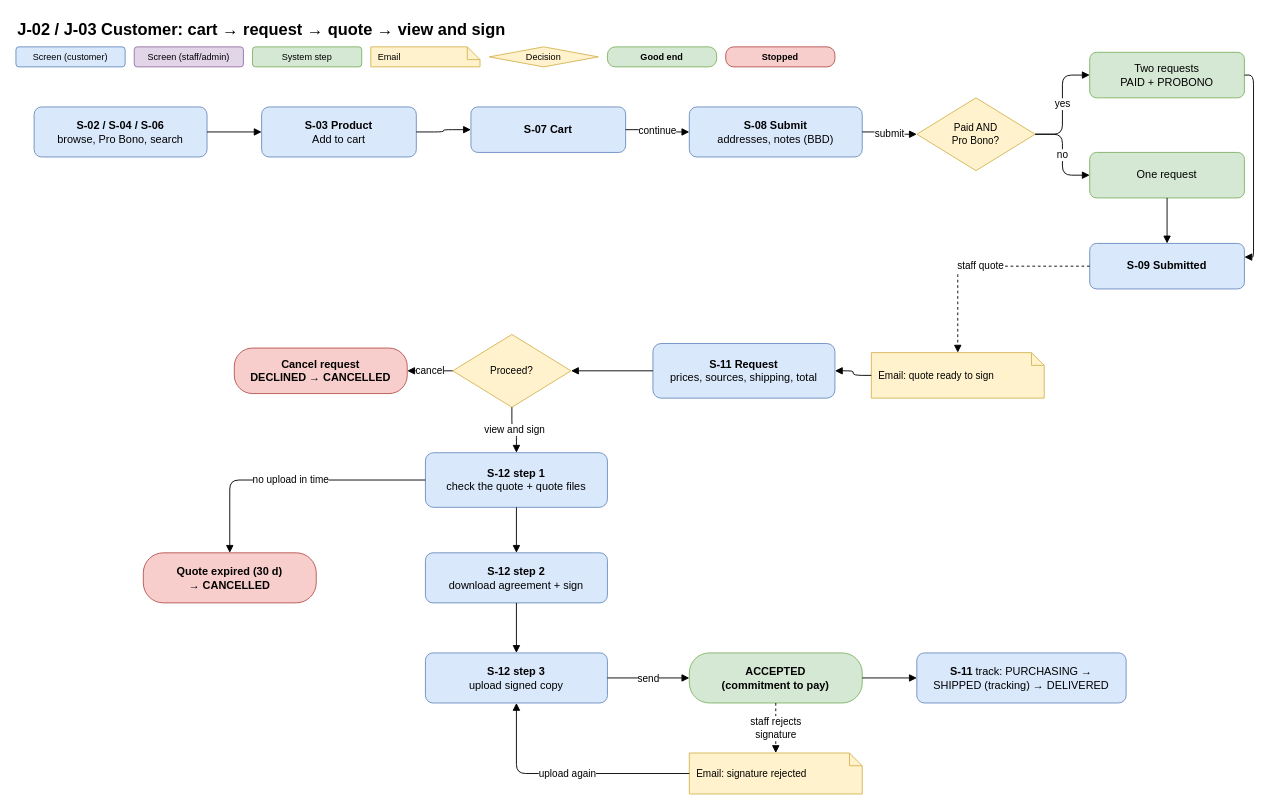
Before: docs/manual/diagrams/25-journey-quote-acceptance.drawio in tajay59/SIA_v2, a draw.io diagram. Source tidied: cells renumbered, new cells numbered last; positions are measured from the earlier drawing's top-left corner, leaving out a move shared by most shapes. Both pictures are drawn from the tidied source at 91%, with x=0, y=0 at pixel (15, 15).
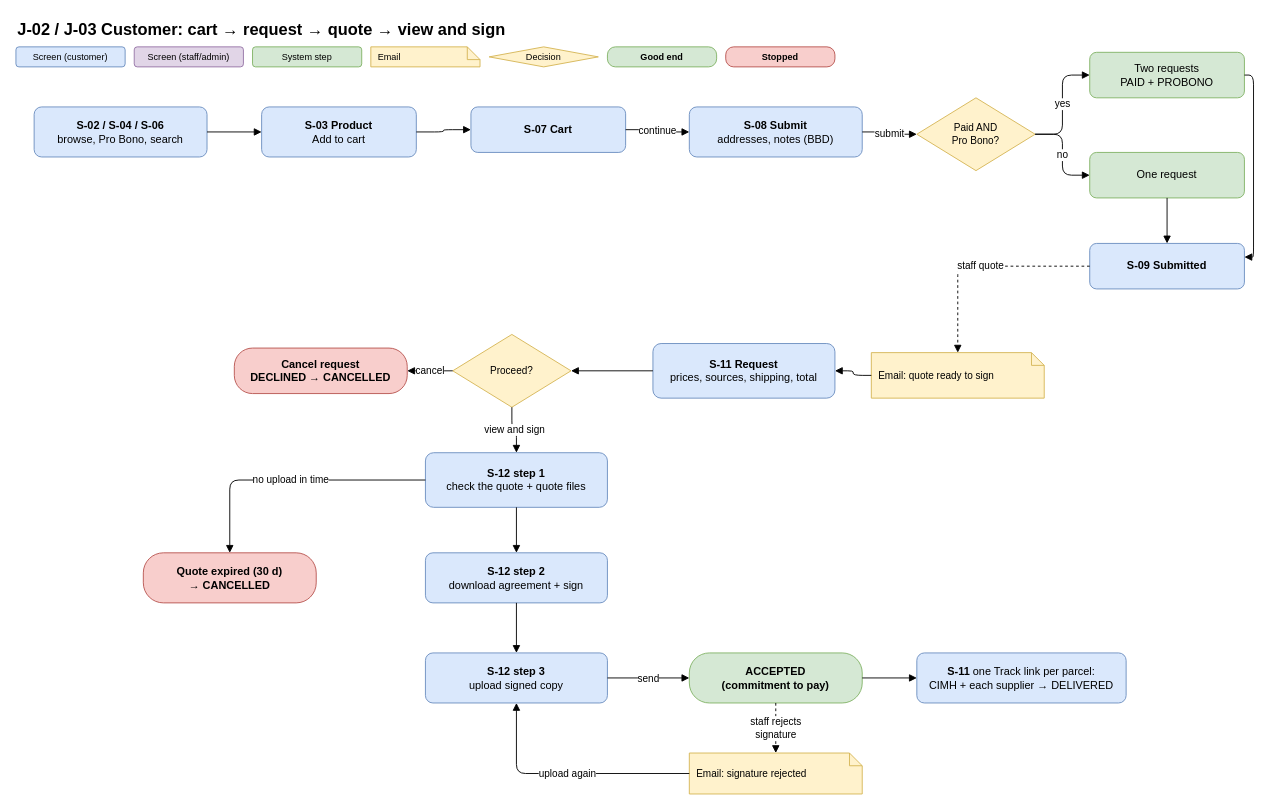
The same diagram, later.

Diff of the diagram source:
```diff
@@
-    <mxCell id="19" value="&lt;b&gt;S-11&lt;/b&gt; track: PURCHASING →&lt;br&gt;SHIPPED (tracking) → DELIVERED" style="rounded=1;whiteSpace=wrap;html=1;fillColor=#dae8fc;strokeColor=#6c8ebf;fontFamily=Helvetica;fontSize=12;" parent="1" vertex="1">
+    <mxCell id="19" value="&lt;b&gt;S-11&lt;/b&gt; one Track link per parcel:&lt;br&gt;CIMH + each supplier → DELIVERED" style="rounded=1;whiteSpace=wrap;html=1;fillColor=#dae8fc;strokeColor=#6c8ebf;fontFamily=Helvetica;fontSize=12;" parent="1" vertex="1">
       <mxGeometry x="990" y="700" width="230" height="55" as="geometry" />
     </mxCell>
```
